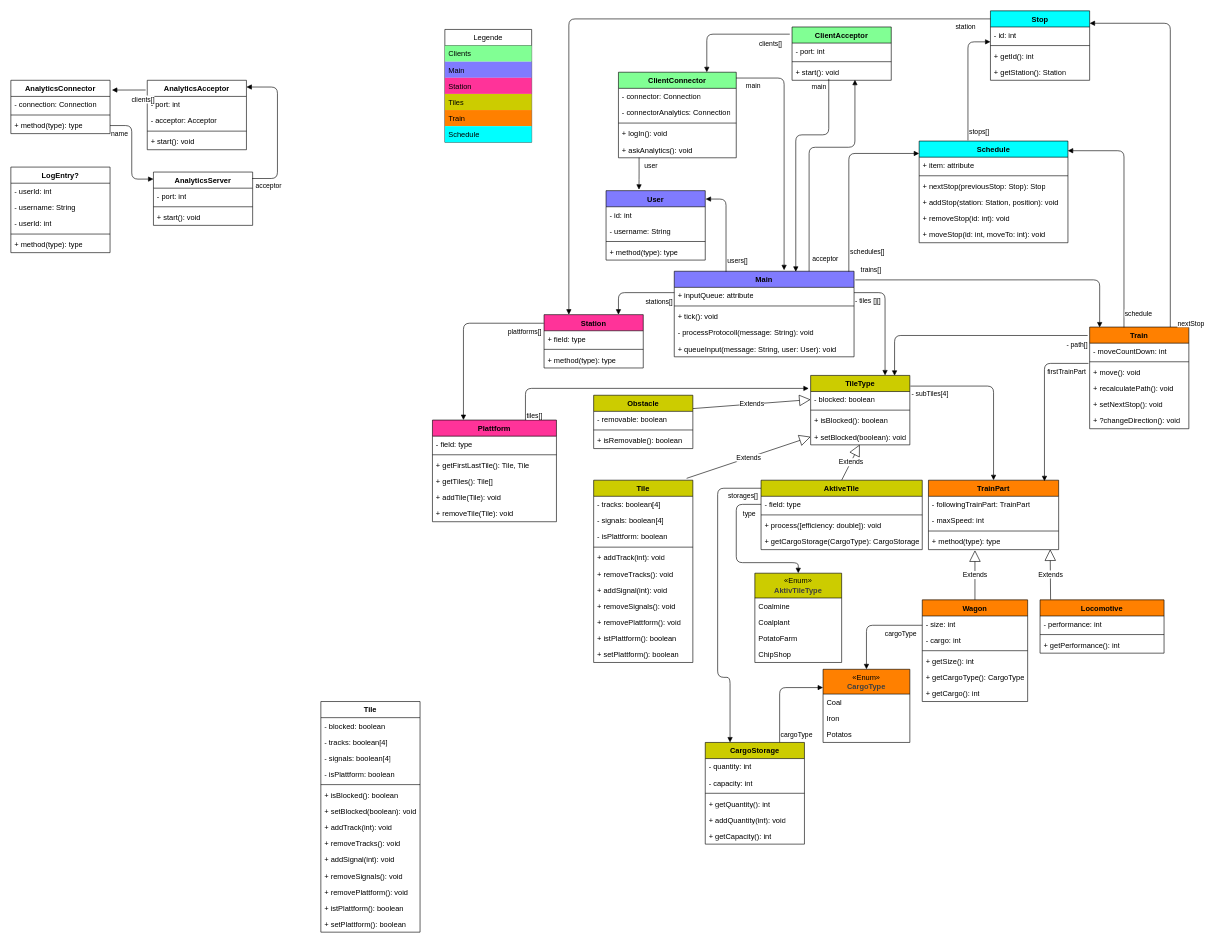
Before: uml.drawio in zuch-depot/zuch-backend, a draw.io diagram. Source tidied: cells renumbered, new cells numbered last; positions are measured from the earlier drawing's top-left corner, leaving out a move shared by most shapes. Both pictures are drawn from the tidied source at 62%, with x=0, y=0 at pixel (11, 11).
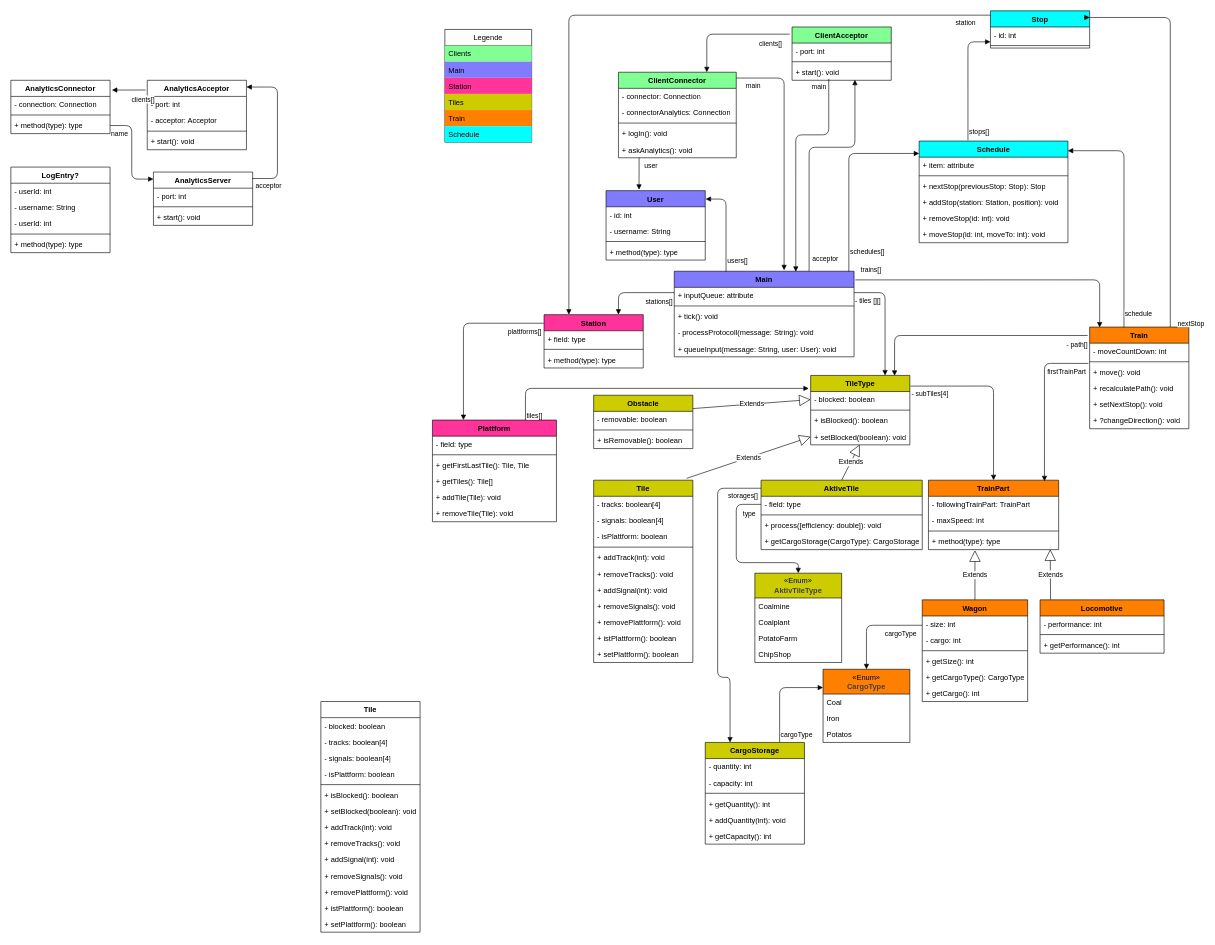
The same diagram, later.

Change to the diagram source:
```diff
@@
     <mxCell id="78" value="Stop" style="swimlane;fontStyle=1;align=center;verticalAlign=top;horizontal=1;startSize=26;whiteSpace=wrap;html=1;fillColor=#00FFFF;" parent="1" vertex="1">
-      <mxGeometry x="1580" width="160" height="112" as="geometry" />
+      <mxGeometry x="1580" width="160" height="60" as="geometry" />
     </mxCell>
@@
-    <mxCell id="81" value="+ getId(): int" style="text;strokeColor=none;fillColor=none;align=left;verticalAlign=top;spacingLeft=4;spacingRight=4;overflow=hidden;whiteSpace=wrap;html=1;" parent="78" vertex="1">
-      <mxGeometry y="60" width="160" height="26" as="geometry" />
-    </mxCell>
-    <mxCell id="82" value="+ getStation(): Station" style="text;strokeColor=none;fillColor=none;align=left;verticalAlign=top;spacingLeft=4;spacingRight=4;overflow=hidden;whiteSpace=wrap;html=1;" parent="78" vertex="1">
-      <mxGeometry y="86" width="160" height="26" as="geometry" />
-    </mxCell>
```
